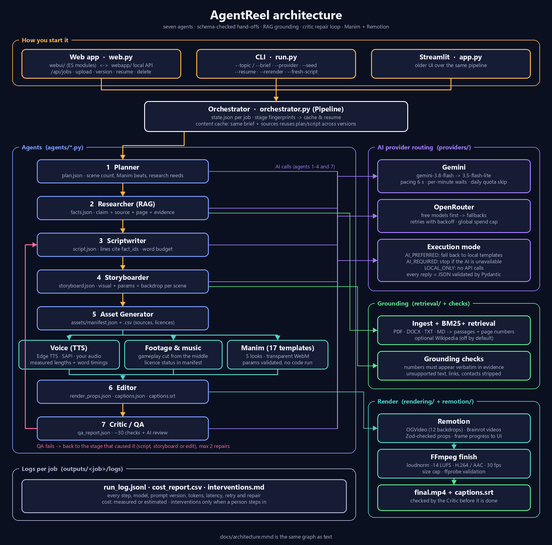
The Mermaid diagram docs/architecture.png in aniyow07/AgenticReel, before a commit. Its source is kept beside it as docs/architecture.mmd.
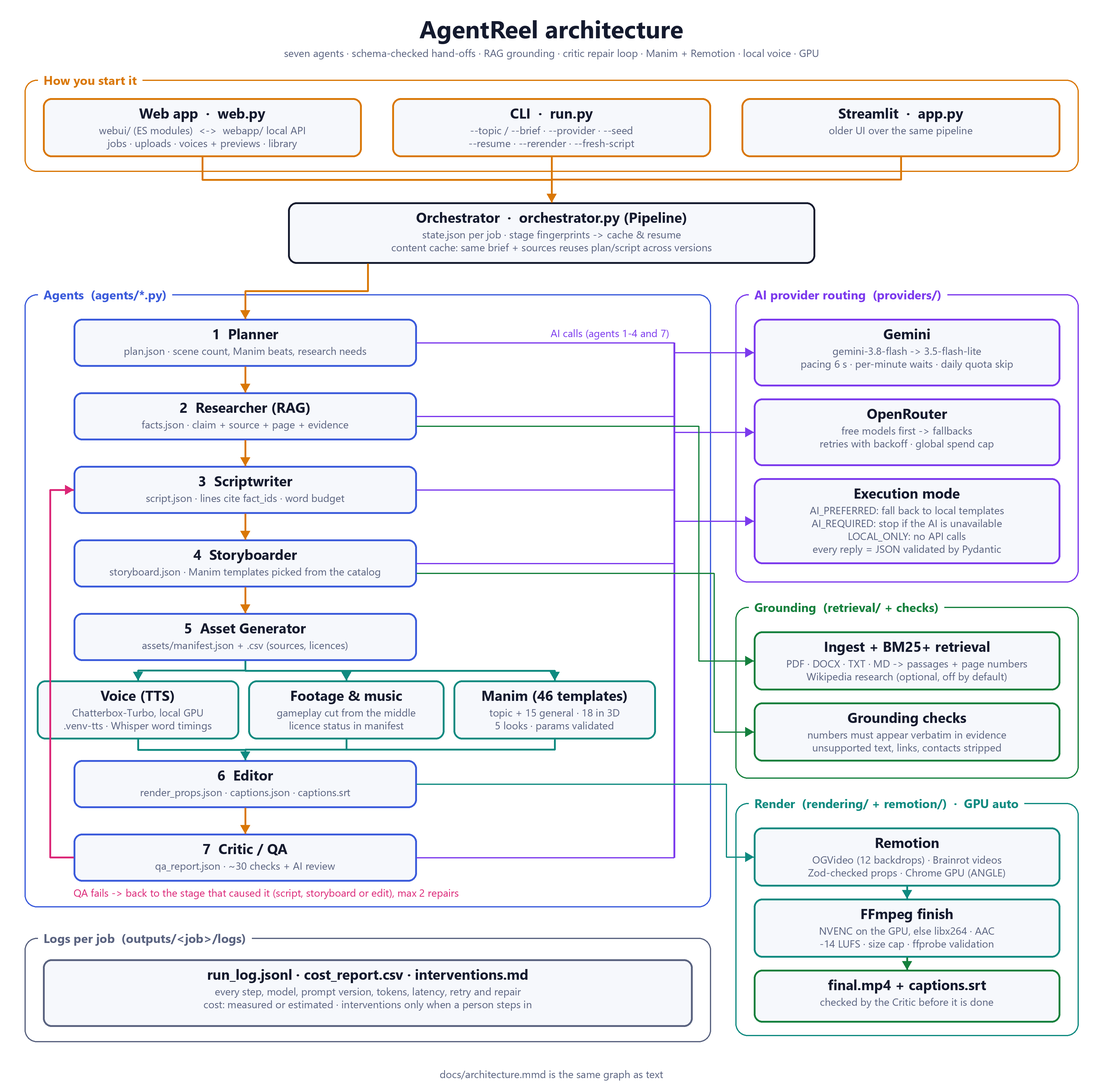
After the commit.

Commit message:
Update architecture diagram for the current system

What changed in the source:
```diff
@@ -1,6 +1,6 @@
 flowchart TD
     subgraph Start["How you start it"]
-        WEB["Web app: web.py<br/>webui/ (ES modules) + webapp/ local API"]
+        WEB["Web app: web.py<br/>webui/ (ES modules) + webapp/ local API<br/>jobs · uploads · voices + previews · library"]
         CLI["CLI: run.py<br/>--topic/--brief --provider --seed --resume --rerender --fresh-script"]
         ST["Streamlit: app.py (older UI)"]
     end
@@ -12,11 +12,11 @@
     subgraph Agents["Agents (agents/*.py)"]
         P["1 Planner<br/>plan.json"] --> R["2 Researcher (RAG)<br/>facts.json"]
         R --> S["3 Scriptwriter<br/>script.json"]
-        S --> B["4 Storyboarder<br/>storyboard.json"]
+        S --> B["4 Storyboarder<br/>storyboard.json · Manim templates picked from the catalog"]
         B --> A["5 Asset Generator<br/>assets/manifest.json + .csv"]
-        A --> TTS["Voice (TTS)<br/>Edge TTS · SAPI · supplied audio<br/>measured lengths + word timings"]
+        A --> TTS["Voice (TTS)<br/>Chatterbox-Turbo, local GPU (.venv-tts)<br/>Whisper word timings · measured lengths"]
         A --> VIS["Footage & music<br/>gameplay cut from the middle"]
-        A --> MAN["Manim: 17 trusted templates · 5 looks<br/>validated params, transparent WebM"]
+        A --> MAN["Manim: 46 trusted templates (topic + 15 general, 18 in 3D) · 5 looks<br/>validated params, transparent WebM"]
         TTS --> E["6 Editor<br/>render_props.json · captions.srt"]
         VIS --> E
         MAN --> E
@@ -37,14 +37,14 @@
     C -. AI review .-> Providers
 
     subgraph Grounding["Grounding (retrieval/ + checks)"]
-        RAG["Ingest + BM25+ retrieval<br/>PDF · DOCX · TXT · MD, page numbers"]
+        RAG["Ingest + BM25+ retrieval<br/>PDF · DOCX · TXT · MD, page numbers<br/>Wikipedia research (optional, off by default)"]
         GR["Grounding checks<br/>numbers verbatim · unsupported text/links/contacts stripped"]
     end
     R --> RAG
     B --> GR
 
-    subgraph Render["Render (rendering/ + remotion/)"]
-        REM["Remotion<br/>OGVideo (12 backdrops) · Brainrot · Zod props"] --> FF["FFmpeg finish<br/>-14 LUFS · H.264/AAC · ffprobe"]
+    subgraph Render["Render (rendering/ + remotion/) · GPU auto"]
+        REM["Remotion<br/>OGVideo (12 backdrops) · Brainrot · Zod props · Chrome GPU (ANGLE)"] --> FF["FFmpeg finish<br/>NVENC on the GPU, else libx264 · AAC · -14 LUFS · ffprobe"]
         FF --> FIN["final.mp4 + captions.srt"]
     end
     E --> REM
```
